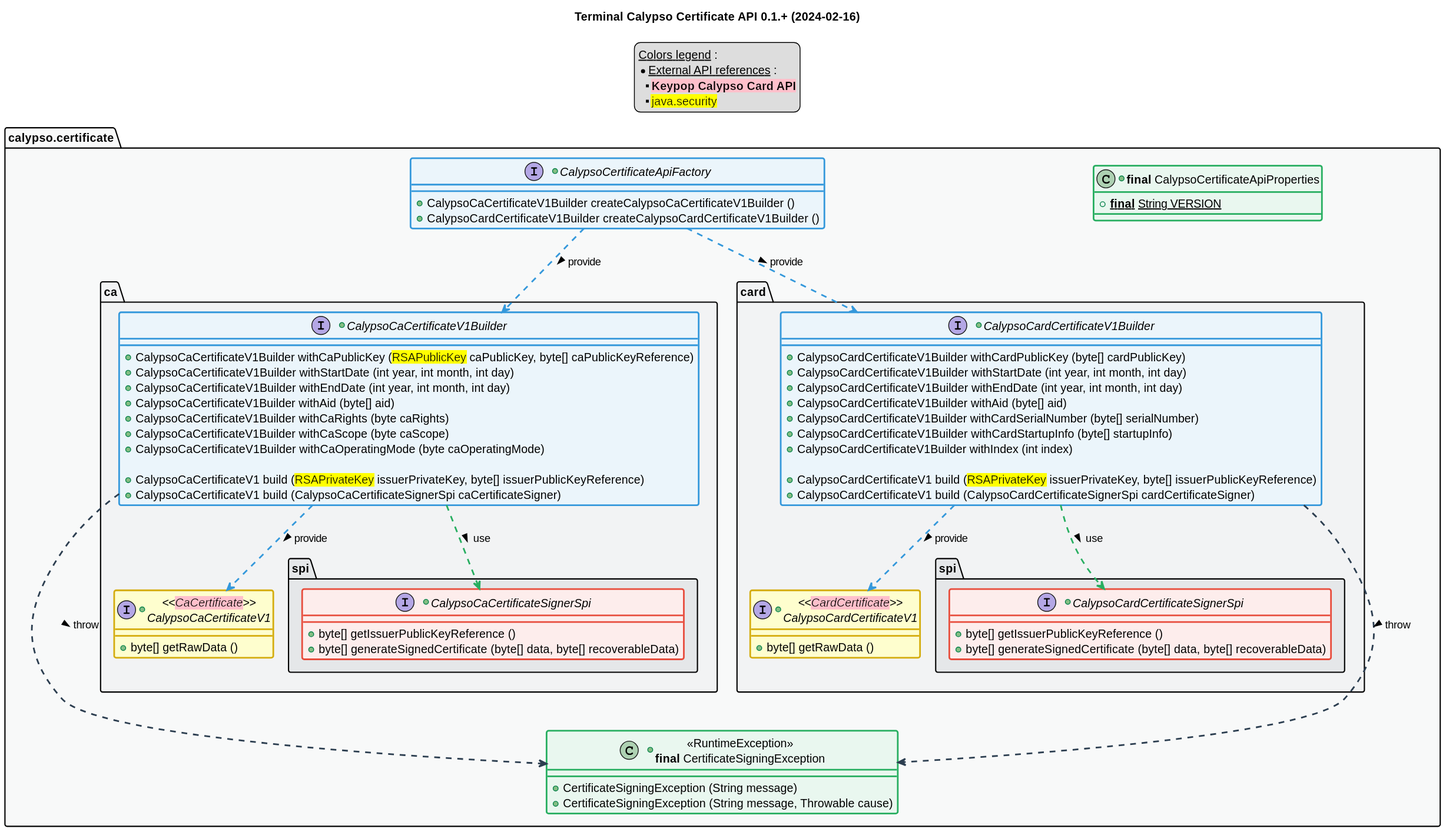
This is 0.1.0-SNAPSHOT/api_class_diagram.svg from calypsonet/calypsonet-terminal-calypso-certificate-uml-api, a PlantUML export, as it was before one commit.
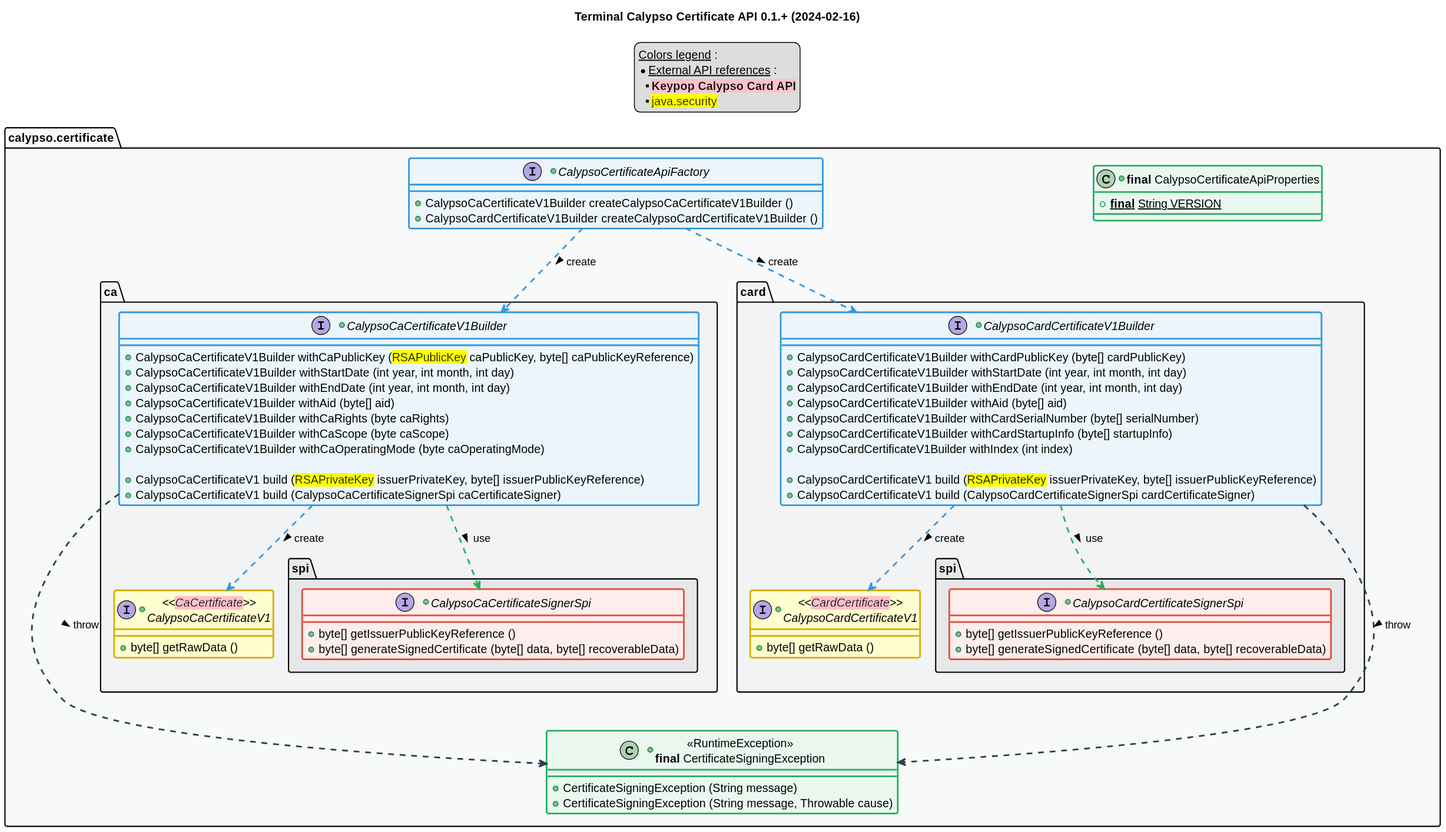
The same diagram one commit later.

The edit, as a diff of the source:
```diff
@@ -109,17 +109,17 @@
 }
 
 
-CalypsoCertificateApiFactory ..> CalypsoCaCertificateV1Builder #C_LINK : provide >
-CalypsoCertificateApiFactory ..> CalypsoCardCertificateV1Builder #C_LINK : provide >
+CalypsoCertificateApiFactory ..> CalypsoCaCertificateV1Builder #C_LINK : create >
+CalypsoCertificateApiFactory ..> CalypsoCardCertificateV1Builder #C_LINK : create >
 
 CalypsoCaCertificateV1Builder ..> CalypsoCaCertificateSignerSpi #C_USE : use >
-CalypsoCaCertificateV1Builder ..> CalypsoCaCertificateV1 #C_LINK : provide >
+CalypsoCaCertificateV1Builder ..> CalypsoCaCertificateV1 #C_LINK : create >
+CalypsoCaCertificateV1Builder ...> CertificateSigningException #C_THROW : throw >
 
 CalypsoCardCertificateV1Builder ..> CalypsoCardCertificateSignerSpi #C_USE : use >
-CalypsoCardCertificateV1Builder ..> CalypsoCardCertificateV1 #C_LINK : provide >
+CalypsoCardCertificateV1Builder ..> CalypsoCardCertificateV1 #C_LINK : create >
+CalypsoCardCertificateV1Builder ...> CertificateSigningException #C_THROW : throw >
 
-CalypsoCaCertificateV1Builder ...> CertificateSigningException #C_THROW : throw >
-CalypsoCardCertificateV1Builder ...> CertificateSigningException #C_THROW : throw >
 
 
 
```
